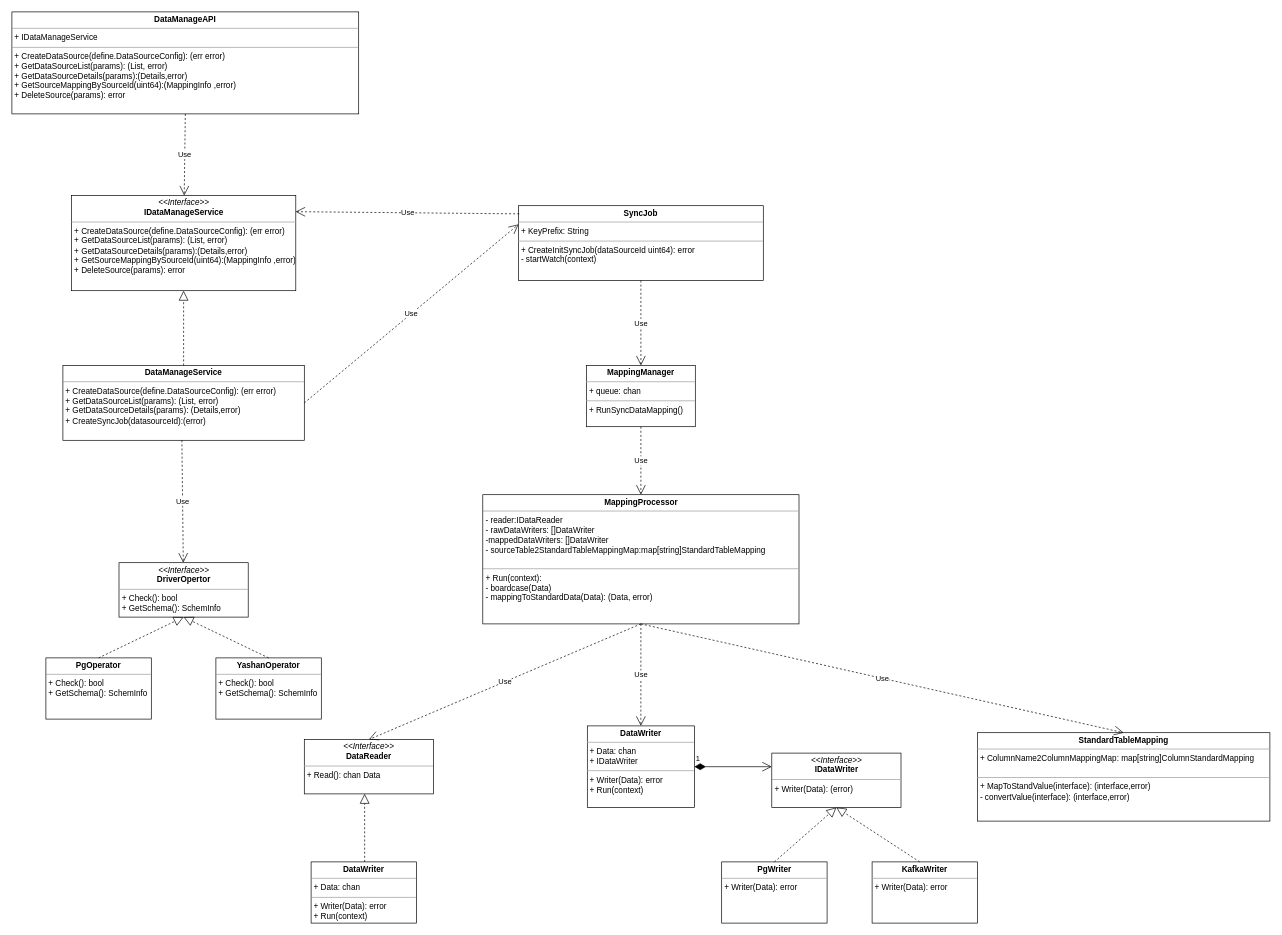
The draw.io diagram page "数据源管理类图" (5 of 17) of docs/data_manage.drawio in caijiatao/go-lib, before the edit. Source tidied: cells renumbered, new cells numbered last; positions are measured from the earlier drawing's top-left corner, leaving out a move shared by most shapes. Both pictures are drawn from the tidied source at 68%, with x=0, y=0 at pixel (12, 12).
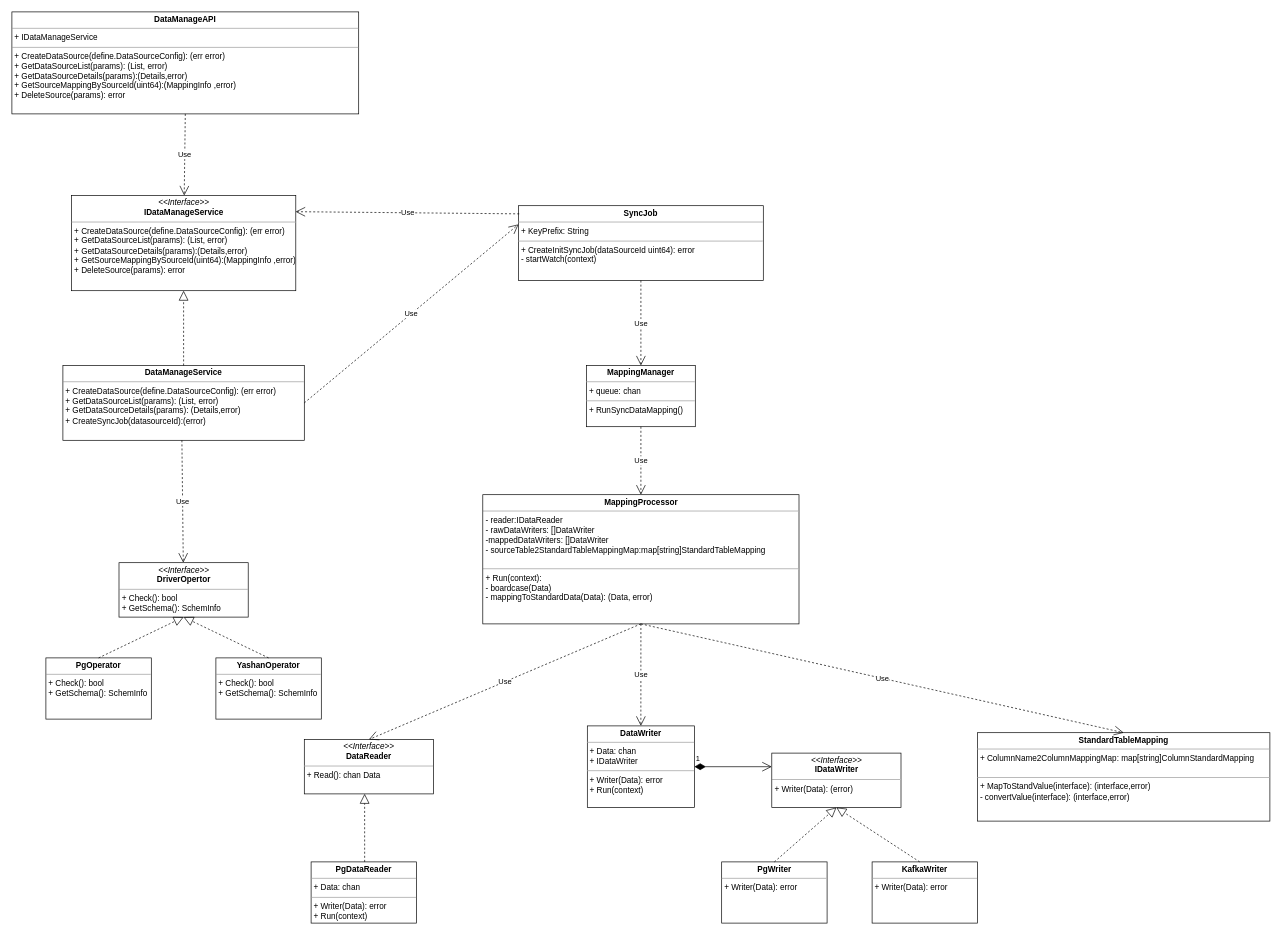
The same diagram, later.

What changed in the source:
```diff
@@
-    <mxCell id="12" value="&lt;p style=&quot;margin:0px;margin-top:4px;text-align:center;&quot;&gt;&lt;b&gt;DataWriter&lt;/b&gt;&lt;/p&gt;&lt;hr size=&quot;1&quot;&gt;&lt;p style=&quot;margin:0px;margin-left:4px;&quot;&gt;+ Data: chan&lt;/p&gt;&lt;hr size=&quot;1&quot;&gt;&lt;p style=&quot;margin:0px;margin-left:4px;&quot;&gt;+ Writer(Data): error&lt;/p&gt;&lt;p style=&quot;margin:0px;margin-left:4px;&quot;&gt;+ Run(context)&lt;/p&gt;" style="verticalAlign=top;align=left;overflow=fill;fontSize=12;fontFamily=Helvetica;html=1;whiteSpace=wrap;" parent="1" vertex="1">
+    <mxCell id="12" value="&lt;p style=&quot;margin:0px;margin-top:4px;text-align:center;&quot;&gt;&lt;b&gt;PgDataReader&lt;/b&gt;&lt;/p&gt;&lt;hr size=&quot;1&quot;&gt;&lt;p style=&quot;margin:0px;margin-left:4px;&quot;&gt;+ Data: chan&lt;/p&gt;&lt;hr size=&quot;1&quot;&gt;&lt;p style=&quot;margin:0px;margin-left:4px;&quot;&gt;+ Writer(Data): error&lt;/p&gt;&lt;p style=&quot;margin:0px;margin-left:4px;&quot;&gt;+ Run(context)&lt;/p&gt;" style="verticalAlign=top;align=left;overflow=fill;fontSize=12;fontFamily=Helvetica;html=1;whiteSpace=wrap;" parent="1" vertex="1">
       <mxGeometry x="440" y="1250" width="155" height="90" as="geometry" />
     </mxCell>
```
